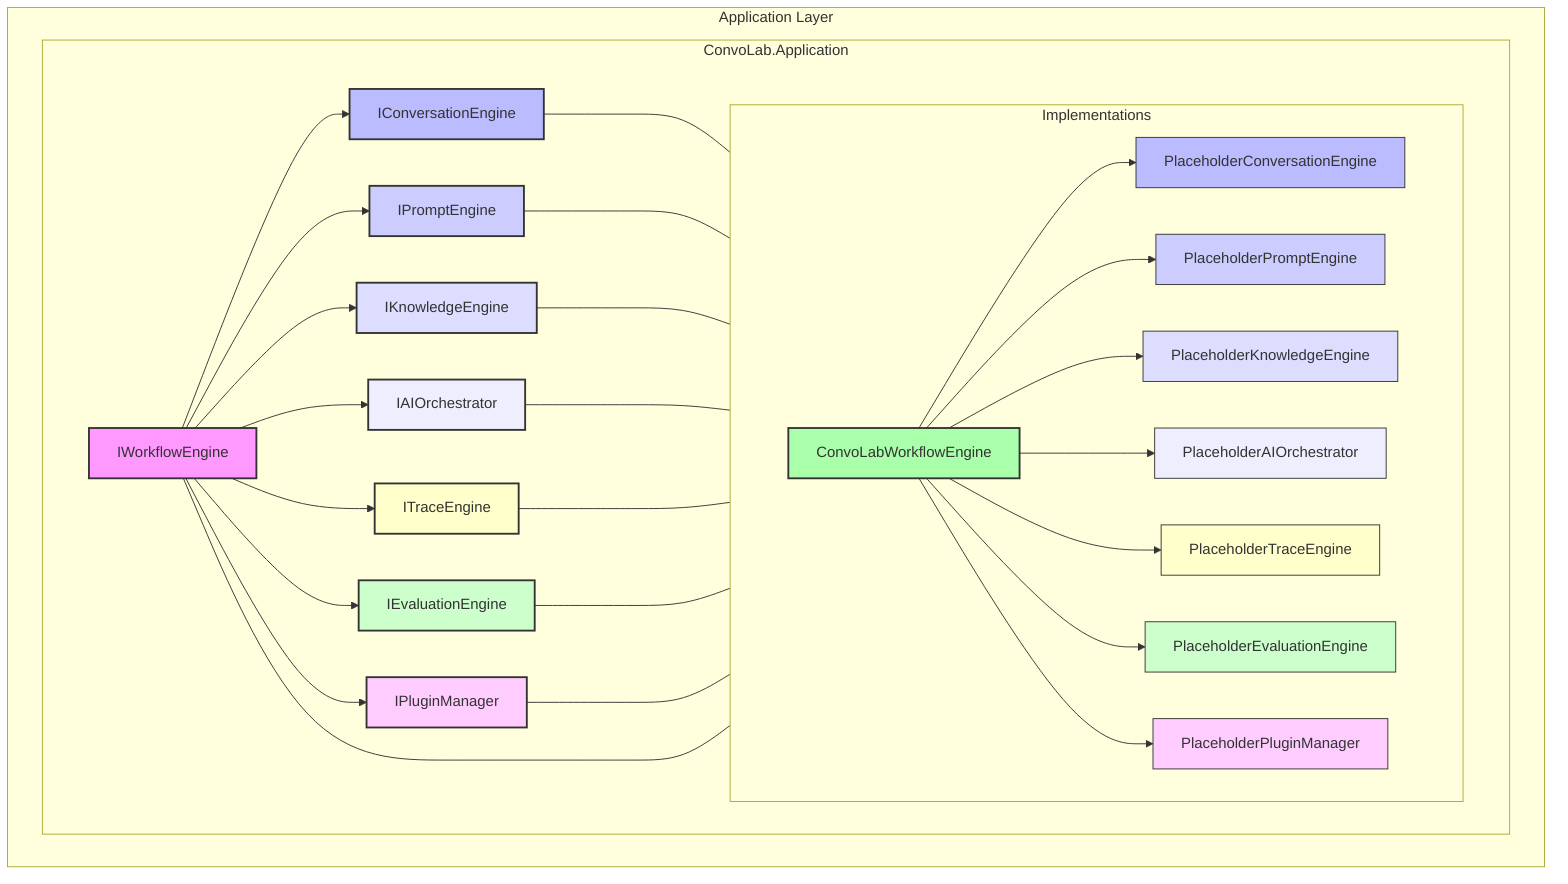
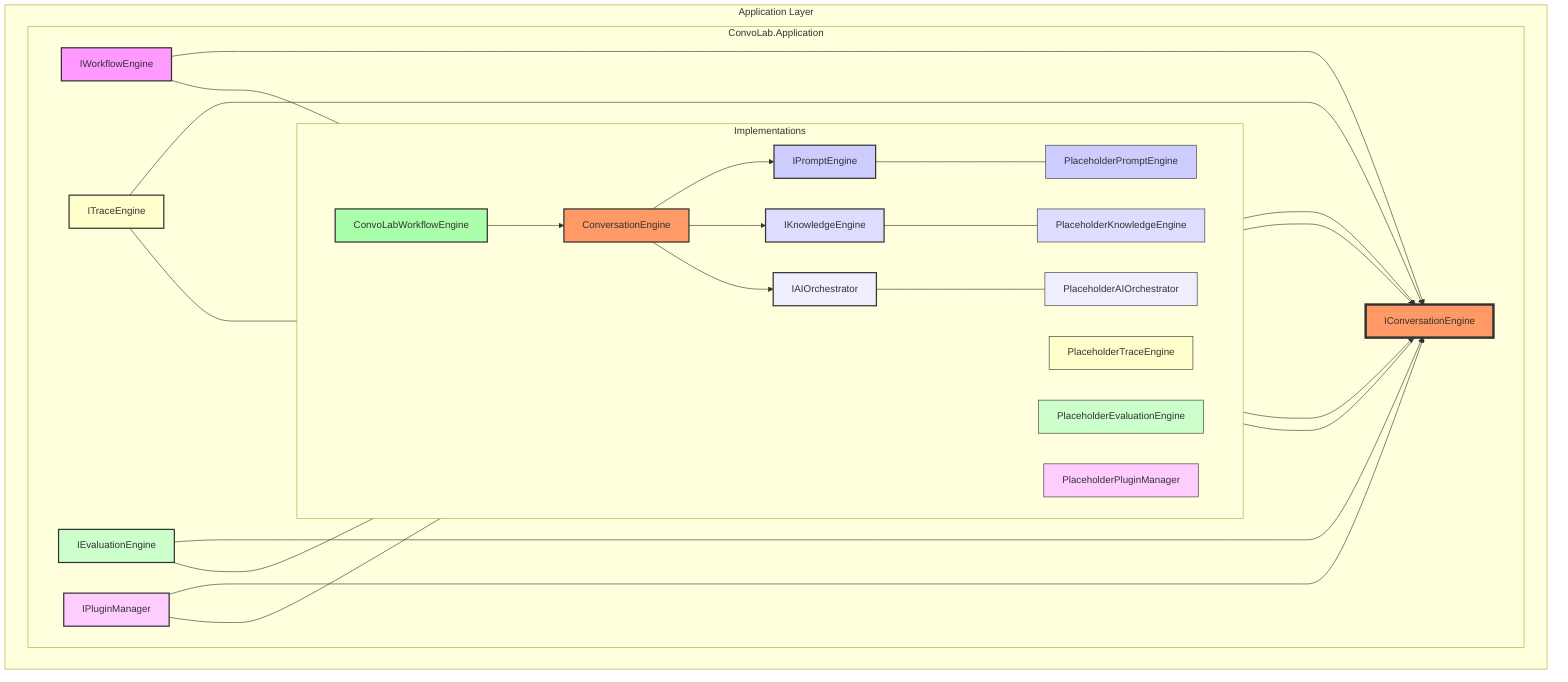
graph TD
    subgraph Application Layer
        subgraph ConvoLab.Application
            direction LR
-             IWE[IWorkflowEngine] --> ICE[IConversationEngine]
-             IWE --> IPE[IPromptEngine]
-             IWE --> IKE[IKnowledgeEngine]
-             IWE --> IAIO[IAIOrchestrator]
-             IWE --> ITE[ITraceEngine]
-             IWE --> IEE[IEvaluationEngine]
-             IWE --> IPM[IPluginManager]
+             ICE[IConversationEngine]
+             IWE[IWorkflowEngine]
+             IPE[IPromptEngine]
+             IKE[IKnowledgeEngine]
+             IAIO[IAIOrchestrator]
+             ITE[ITraceEngine]
+             IEE[IEvaluationEngine]
+             IPM[IPluginManager]
+ 
+             %% Relationships
+             IWE --> ICE
+             IPE --> ICE
+             IKE --> ICE
+             IAIO --> ICE
+             ITE --> ICE
+             IEE --> ICE
+             IPM --> ICE

            subgraph Implementations
                direction LR
-                 CWE[ConvoLabWorkflowEngine] --> PCE[PlaceholderConversationEngine]
-                 CWE --> PPE[PlaceholderPromptEngine]
-                 CWE --> PKE[PlaceholderKnowledgeEngine]
-                 CWE --> PAIO[PlaceholderAIOrchestrator]
-                 CWE --> PTE[PlaceholderTraceEngine]
-                 CWE --> PEE[PlaceholderEvaluationEngine]
-                 CWE --> PPM[PlaceholderPluginManager]
+                 CWE[ConvoLabWorkflowEngine]
+                 CE[ConversationEngine]
+                 PPE[PlaceholderPromptEngine]
+                 PKE[PlaceholderKnowledgeEngine]
+                 PAIO[PlaceholderAIOrchestrator]
+                 PTE[PlaceholderTraceEngine]
+                 PEE[PlaceholderEvaluationEngine]
+                 PPM[PlaceholderPluginManager]
+ 
+                 CWE --> CE
+                 CE --> IPE
+                 CE --> IKE
+                 CE --> IAIO
            end

-             ICE <--- PCE
+             ICE <--- CE
            IPE <--- PPE
            IKE <--- PKE
            IAIO <--- PAIO
            ITE <--- PTE
            IEE <--- PEE
            IPM <--- PPM
            IWE <--- CWE
        end
    end

+     style ICE fill:#f96,stroke:#333,stroke-width:4px
    style IWE fill:#f9f,stroke:#333,stroke-width:2px
-     style ICE fill:#bbf,stroke:#333,stroke-width:2px
    style IPE fill:#ccf,stroke:#333,stroke-width:2px
    style IKE fill:#ddf,stroke:#333,stroke-width:2px
    style IAIO fill:#eef,stroke:#333,stroke-width:2px
    style ITE fill:#ffc,stroke:#333,stroke-width:2px
    style IEE fill:#cfc,stroke:#333,stroke-width:2px
    style IPM fill:#fcf,stroke:#333,stroke-width:2px

+     style CE fill:#f96,stroke:#333,stroke-width:2px
    style CWE fill:#afa,stroke:#333,stroke-width:2px
-     style PCE fill:#bbf,stroke:#333,stroke-width:1px
    style PPE fill:#ccf,stroke:#333,stroke-width:1px
    style PKE fill:#ddf,stroke:#333,stroke-width:1px
    style PAIO fill:#eef,stroke:#333,stroke-width:1px
    style PTE fill:#ffc,stroke:#333,stroke-width:1px
    style PEE fill:#cfc,stroke:#333,stroke-width:1px
    style PPM fill:#fcf,stroke:#333,stroke-width:1px
